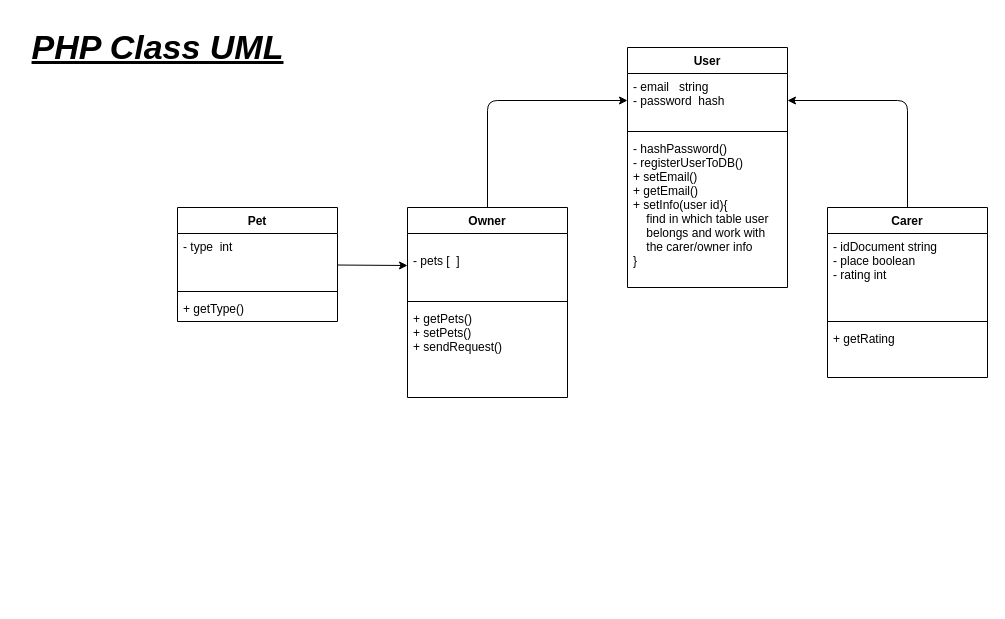
Before: Docs/Web/Backend/classPHP.drawio in iagogonzalezborines/MascoTier_Project, a draw.io diagram. Source tidied: cells renumbered, new cells numbered last; positions are measured from the earlier drawing's top-left corner, leaving out a move shared by most shapes. Both pictures are drawn from the tidied source at 100%, with x=0, y=0 at pixel (17, 17).
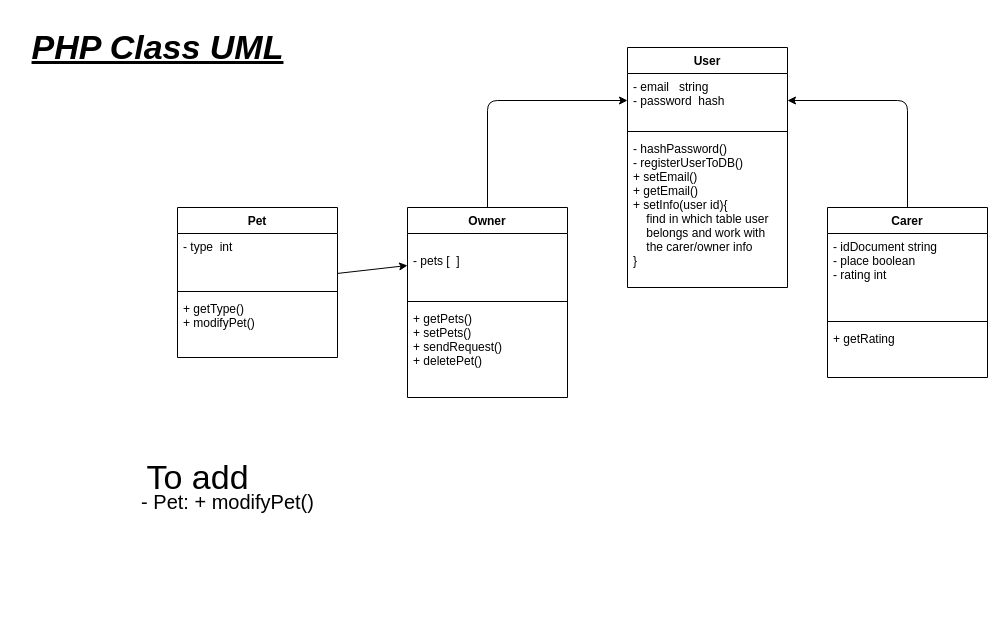
Above is the later version.

Commit message (it also covers changes not shown here):
updateUML/addedMarkdown

The change refers to these unchanged cells:
```xml
<mxCell id="3" value="Owner" style="swimlane;fontStyle=1;align=center;verticalAlign=top;horizontal=1;startSize=26;" parent="1" vertex="1">
  <mxGeometry x="390" y="190" width="160" height="190" as="geometry" />
</mxCell>
```

Change to the diagram source:
```diff
@@
-    <mxCell id="6" value="+ getPets()&#10;+ setPets()&#10;+ sendRequest()&#10;&#10;" style="text;strokeColor=none;fillColor=none;align=left;verticalAlign=top;spacingLeft=4;spacingRight=4;overflow=hidden;" parent="3" vertex="1">
+    <mxCell id="6" value="+ getPets()&#10;+ setPets()&#10;+ sendRequest()&#10;+ deletePet()" style="text;strokeColor=none;fillColor=none;align=left;verticalAlign=top;spacingLeft=4;spacingRight=4;overflow=hidden;" parent="3" vertex="1">
       <mxGeometry y="98" width="160" height="92" as="geometry" />
     </mxCell>
@@
     <mxCell id="17" value="Pet" style="swimlane;fontStyle=1;align=center;verticalAlign=top;horizontal=1;startSize=26;" parent="1" vertex="1">
-      <mxGeometry x="160" y="190" width="160" height="114" as="geometry" />
+      <mxGeometry x="160" y="190" width="160" height="150" as="geometry" />
     </mxCell>
@@
-    <mxCell id="20" value="+ getType()" style="text;strokeColor=none;fillColor=none;align=left;verticalAlign=top;spacingLeft=4;spacingRight=4;overflow=hidden;" parent="17" vertex="1">
-      <mxGeometry y="88" width="160" height="26" as="geometry" />
+    <mxCell id="20" value="+ getType()&#10;+ modifyPet()" style="text;strokeColor=none;fillColor=none;align=left;verticalAlign=top;spacingLeft=4;spacingRight=4;overflow=hidden;" parent="17" vertex="1">
+      <mxGeometry y="88" width="160" height="62" as="geometry" />
     </mxCell>
@@
+    <mxCell id="22" value="To add&lt;br style=&quot;font-size: 33px;&quot;&gt;" style="text;html=1;align=center;verticalAlign=middle;strokeColor=none;fillColor=none;fontSize=34;" parent="1" vertex="1">
+      <mxGeometry x="115" y="435" width="130" height="50" as="geometry" />
+    </mxCell>
+    <mxCell id="23" value="&lt;span style=&quot;font-size: 20px;&quot;&gt;- Pet: + modifyPet()&lt;br&gt;&lt;br&gt;&lt;br&gt;&lt;/span&gt;" style="text;html=1;align=center;verticalAlign=middle;strokeColor=none;fillColor=none;fontSize=33;" parent="1" vertex="1">
+      <mxGeometry x="110" y="455" width="200" height="130" as="geometry" />
+    </mxCell>
```
